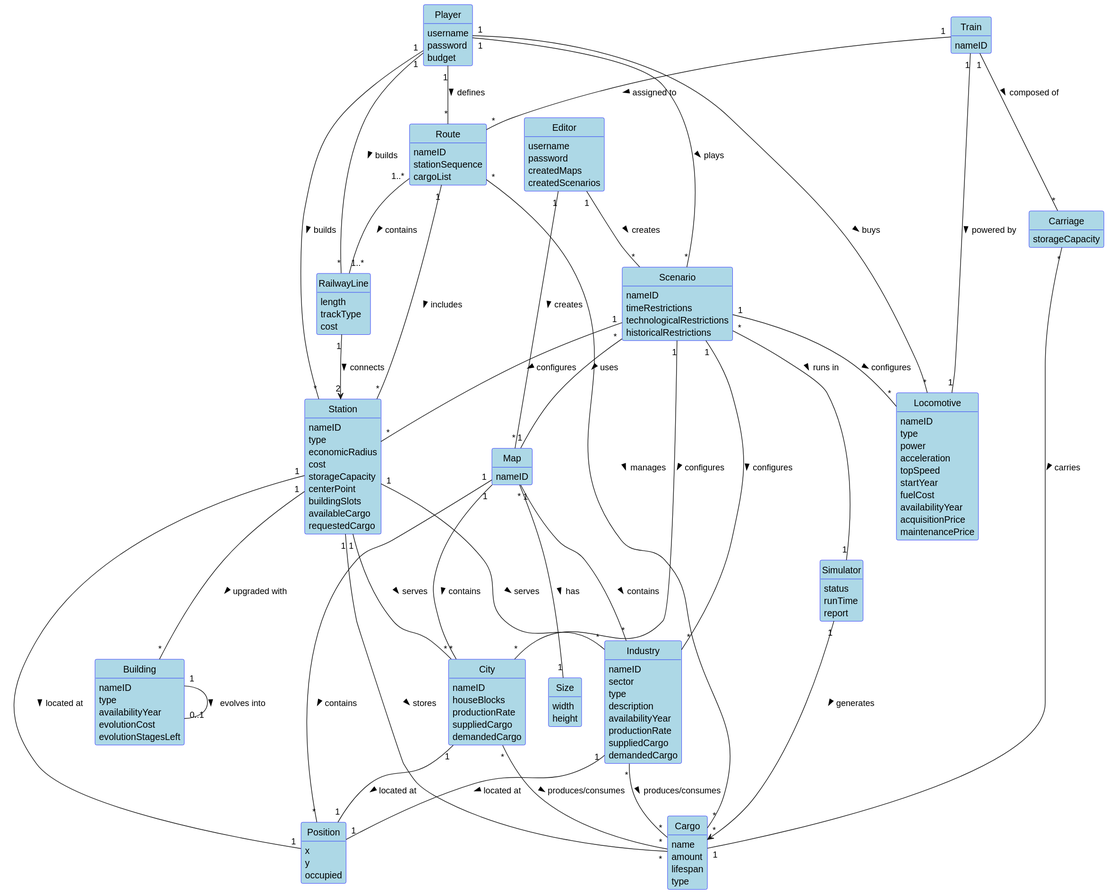
Earlier version of the PlantUML export docs/system-documentation/global-artifacts/02.analysis/svg/DomainModel.svg (HenriqueSilva18/Railway-Network-Simulator). Source of this version:
```plantuml
@startuml
skinparam shadowing false
skinparam classAttributeIconSize 0
skinparam class {
  BackgroundColor LightBlue
  BorderColor Blue
}
skinparam enum {
  BackgroundColor LightBlue
  BorderColor Blue
}
hide circle
hide methods

class Player {
  username
  password
  budget
}

class Editor {
    username
    password
    createdMaps
    createdScenarios
}

class Map {
  nameID
}

class Size {
  width
  height
}

class Position {
  x
  y
  occupied
}

class Scenario {
  nameID
  timeRestrictions
  technologicalRestrictions
  historicalRestrictions
}

class Simulator {
  status
  runTime
  report
}

class City {
  nameID
  houseBlocks
  productionRate
  suppliedCargo
  demandedCargo
}

class Industry {
  nameID
  sector
  type
  description
  availabilityYear
  productionRate
  suppliedCargo
  demandedCargo
}

class Cargo {
  name
  amount
  lifespan
  type
}

class Station {
  nameID
  type
  economicRadius
  cost
  storageCapacity
  centerPoint
  buildingSlots
  availableCargo
  requestedCargo
}

class Building {
  nameID
  type
  availabilityYear
  evolutionCost
  evolutionStagesLeft
}

class RailwayLine {
  length
  trackType
  cost
}

class Locomotive {
  nameID
  type
  power
  acceleration
  topSpeed
  startYear
  fuelCost
  availabilityYear
  acquisitionPrice
  maintenancePrice
}

class Train {
  nameID
}

class Carriage {
  storageCapacity
}

class Route {
  nameID
  stationSequence
  cargoList
}


Editor "1" -- "*" Map : creates >
Editor "1" -- "*" Scenario : creates >

Scenario "*" -- "1" Map : uses >
Player "1" -- "*" Scenario : plays >
Scenario "*" -- "1" Simulator : runs in >

Map "1" -- "*" City : contains >
Map "1" -- "*" Industry : contains >
Map "*" -- "1" Size : has >

Industry "*" -- "*" Cargo : produces/consumes >
City "*" -- "*" Cargo : produces/consumes >

Player "1" -- "*" Station : builds >
Player "1" -- "*" RailwayLine : builds >
Station "1" -- "*" Building : upgraded with >

Station "1" -- "*" City : serves >
Station "1" -- "*" Industry : serves >
Station "1" -- "*" Cargo : stores >

RailwayLine "1" --> "2" Station : connects >

Player "1" -- "*" Locomotive : buys >
Train "1" -- "1" Locomotive : powered by >
Train "1" -- "*" Carriage : composed of >
Carriage "*" -- "1" Cargo : carries >

Train "1" -- "*" Route : assigned to >
Route "1" -- "*" Station : includes >
Route "*" -- "*" Cargo : manages >

Scenario "1" -- "*" Locomotive : configures >
Scenario "1" -- "*" Industry : configures >
Scenario "1" -- "*" Station : configures >

Route "1..*"-- "1..*" RailwayLine: contains >

Building "1" -- "0..1" Building : evolves into >

Player "1" -- "*" Route: defines >

Simulator "1" --> "*" Cargo : generates >

Scenario "1" -- "*" City : configures >

City "1" -- "1" Position : located at >
Industry "1" -- "1" Position : located at >
Station "1" -- "1" Position : located at >

Map "1" -- "*" Position : contains >
@enduml
```
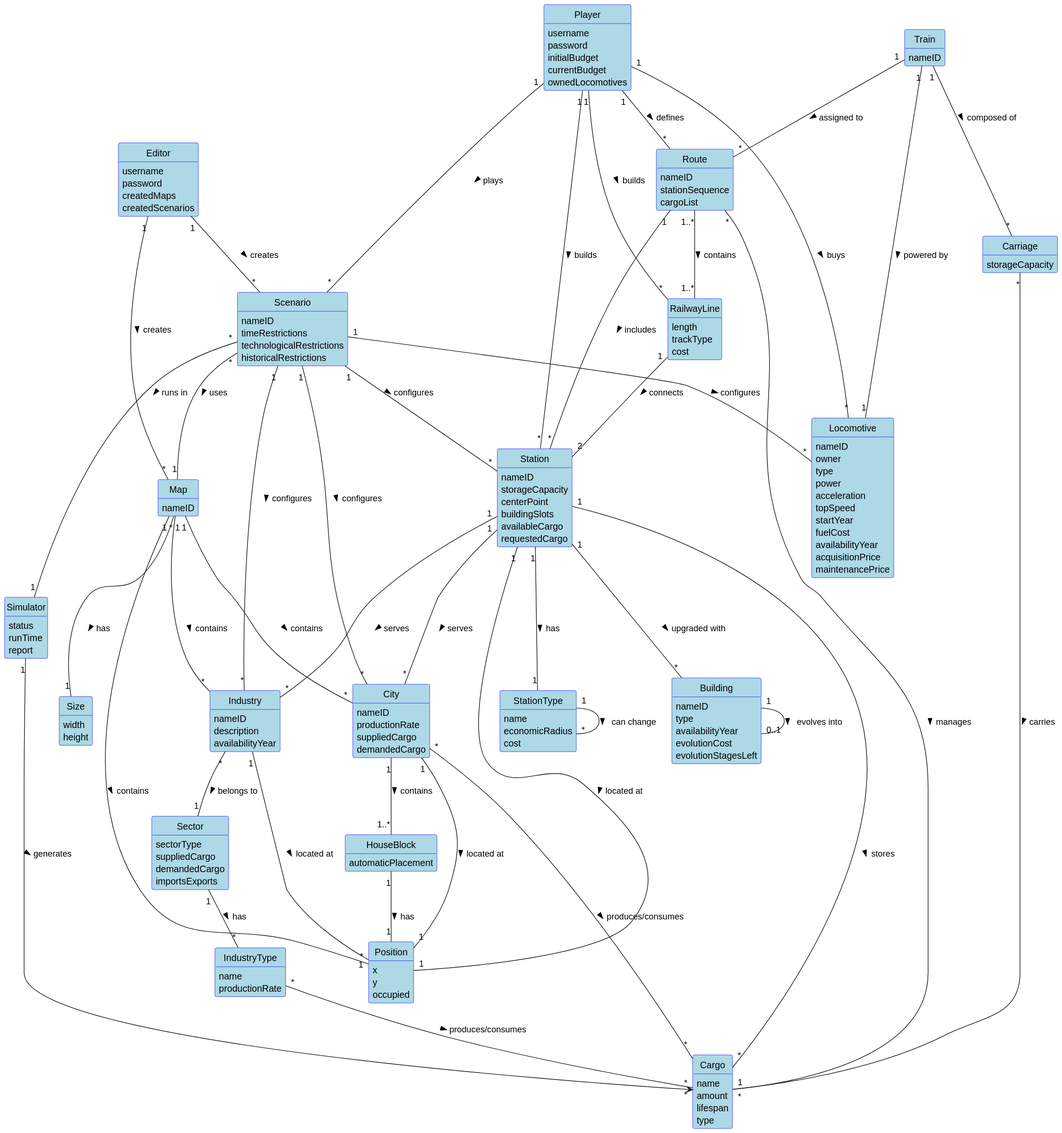
Above is the later version.

The edit, as a diff of the source:
```diff
@@ -15,14 +15,16 @@
 class Player {
   username
   password
-  budget
+  initialBudget
+  currentBudget
+  ownedLocomotives
 }
 
 class Editor {
-    username
-    password
-    createdMaps
-    createdScenarios
+  username
+  password
+  createdMaps
+  createdScenarios
 }
 
 class Map {
@@ -55,21 +57,24 @@
 
 class City {
   nameID
-  houseBlocks
   productionRate
   suppliedCargo
   demandedCargo
 }
 
+class HouseBlock {
+  automaticPlacement
+}
+
 class Industry {
   nameID
-  sector
-  type
   description
   availabilityYear
+}
+
+class IndustryType {
+  name
   productionRate
-  suppliedCargo
-  demandedCargo
 }
 
 class Cargo {
@@ -81,14 +86,17 @@
 
 class Station {
   nameID
-  type
-  economicRadius
-  cost
   storageCapacity
   centerPoint
   buildingSlots
   availableCargo
   requestedCargo
+}
+
+class StationType {
+  name
+  economicRadius
+  cost
 }
 
 class Building {
@@ -107,6 +115,7 @@
 
 class Locomotive {
   nameID
+  owner
   type
   power
   acceleration
@@ -116,6 +125,13 @@
   availabilityYear
   acquisitionPrice
   maintenancePrice
+}
+
+class Sector {
+  sectorType
+  suppliedCargo
+  demandedCargo
+  importsExports
 }
 
 class Train {
@@ -132,57 +148,49 @@
   cargoList
 }
 
-
 Editor "1" -- "*" Map : creates >
 Editor "1" -- "*" Scenario : creates >
-
 Scenario "*" -- "1" Map : uses >
 Player "1" -- "*" Scenario : plays >
 Scenario "*" -- "1" Simulator : runs in >
-
 Map "1" -- "*" City : contains >
 Map "1" -- "*" Industry : contains >
 Map "*" -- "1" Size : has >
-
-Industry "*" -- "*" Cargo : produces/consumes >
 City "*" -- "*" Cargo : produces/consumes >
-
 Player "1" -- "*" Station : builds >
 Player "1" -- "*" RailwayLine : builds >
 Station "1" -- "*" Building : upgraded with >
-
 Station "1" -- "*" City : serves >
 Station "1" -- "*" Industry : serves >
 Station "1" -- "*" Cargo : stores >
-
-RailwayLine "1" --> "2" Station : connects >
-
+RailwayLine "1" -- "2" Station : connects >
 Player "1" -- "*" Locomotive : buys >
 Train "1" -- "1" Locomotive : powered by >
 Train "1" -- "*" Carriage : composed of >
 Carriage "*" -- "1" Cargo : carries >
-
 Train "1" -- "*" Route : assigned to >
 Route "1" -- "*" Station : includes >
 Route "*" -- "*" Cargo : manages >
-
 Scenario "1" -- "*" Locomotive : configures >
 Scenario "1" -- "*" Industry : configures >
 Scenario "1" -- "*" Station : configures >
-
-Route "1..*"-- "1..*" RailwayLine: contains >
-
+Route "1..*" -- "1..*" RailwayLine : contains >
 Building "1" -- "0..1" Building : evolves into >
-
-Player "1" -- "*" Route: defines >
-
+Player "1" -- "*" Route : defines >
 Simulator "1" --> "*" Cargo : generates >
-
 Scenario "1" -- "*" City : configures >
-
 City "1" -- "1" Position : located at >
 Industry "1" -- "1" Position : located at >
 Station "1" -- "1" Position : located at >
+Map "1" -- "*" Position : contains >
+City "1" -- "1..*" HouseBlock : contains >
+HouseBlock "1" -- "1" Position : has >
+Industry "*" -- "1" Sector : belongs to >
 
-Map "1" -- "*" Position : contains >
+Sector "1" -- "*" IndustryType : has >
+IndustryType "*" -- "*" Cargo : produces/consumes >
+
+Station "1" -- "1" StationType : has >
+
+StationType "1" -- "*" StationType : can change >
 @enduml
```
